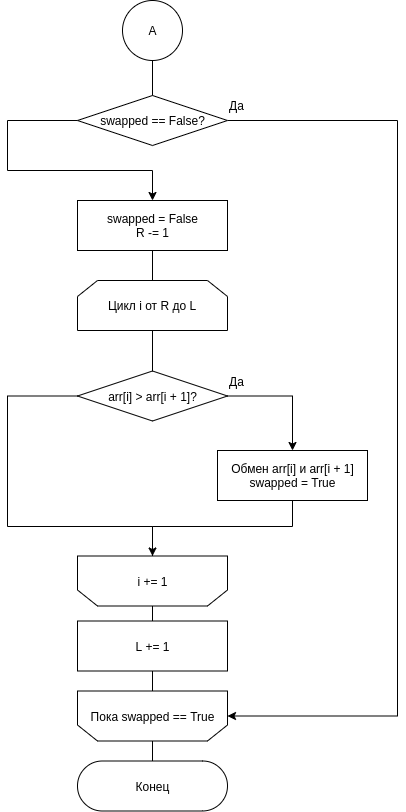
This is lab_03/docs/img/shaker_scheme2.png from amunra2/aa-bmstu-iu7, a draw.io export, as it was before one commit. Source tidied: cells renumbered, new cells last; positions are measured from the earlier drawing's top-left corner, leaving out a move shared by most shapes. Its diagram source:
```xml
<mxGraphModel>
  <root>
    <mxCell id="0" />
    <mxCell id="1" parent="0" />
    <mxCell id="2" style="edgeStyle=orthogonalEdgeStyle;rounded=0;jettySize=auto;html=1;exitX=0.5;exitY=0;exitDx=0;exitDy=0;entryX=0.5;entryY=0.5;entryDx=0;entryDy=-25;entryPerimeter=0;endArrow=none;endFill=0;" parent="1" edge="1" source="3" target="5">
      <mxGeometry relative="1" as="geometry" />
    </mxCell>
    <mxCell id="3" style="shape=loopLimit;whiteSpace=wrap;html=1;rotation=-180;" parent="1" vertex="1">
      <mxGeometry x="70" y="690.5" width="150" height="50" as="geometry" />
    </mxCell>
    <mxCell id="4" value="&lt;span&gt;Пока swapped == True&lt;/span&gt;" style="text;html=1;align=center;verticalAlign=middle;strokeColor=none;" parent="1" vertex="1">
      <mxGeometry x="75" y="705.5" width="140" height="20" as="geometry" />
    </mxCell>
    <mxCell id="5" value="Конец" style="html=1;dashed=0;whitespace=wrap;shape=mxgraph.dfd.start;" parent="1" vertex="1">
      <mxGeometry x="70" y="760.5" width="150" height="50" as="geometry" />
    </mxCell>
    <mxCell id="6" style="edgeStyle=orthogonalEdgeStyle;rounded=0;jettySize=auto;html=1;exitX=0.5;exitY=1;exitDx=0;exitDy=0;entryX=0.5;entryY=0;entryDx=0;entryDy=0;endArrow=none;endFill=0;" parent="1" edge="1" source="7" target="9">
      <mxGeometry relative="1" as="geometry" />
    </mxCell>
    <mxCell id="7" value="swapped = False&lt;br&gt;R -= 1" style="html=1;dashed=0;whitespace=wrap;" parent="1" vertex="1">
      <mxGeometry x="70" y="200" width="150" height="50" as="geometry" />
    </mxCell>
    <mxCell id="8" style="edgeStyle=orthogonalEdgeStyle;rounded=0;jettySize=auto;html=1;exitX=0.5;exitY=1;exitDx=0;exitDy=0;entryX=0.5;entryY=0;entryDx=0;entryDy=0;endArrow=none;endFill=0;" parent="1" edge="1" source="9" target="12">
      <mxGeometry relative="1" as="geometry" />
    </mxCell>
    <mxCell id="9" value="Цикл i от R до L" style="shape=loopLimit;whiteSpace=wrap;html=1;" parent="1" vertex="1">
      <mxGeometry x="70" y="280" width="150" height="50" as="geometry" />
    </mxCell>
    <mxCell id="10" style="edgeStyle=orthogonalEdgeStyle;rounded=0;jettySize=auto;html=1;exitX=1;exitY=0.5;exitDx=0;exitDy=0;entryX=0.5;entryY=0;entryDx=0;entryDy=0;endArrow=classic;endFill=1;" parent="1" edge="1" source="12" target="14">
      <mxGeometry relative="1" as="geometry" />
    </mxCell>
    <mxCell id="11" style="edgeStyle=orthogonalEdgeStyle;rounded=0;jettySize=auto;html=1;exitX=0;exitY=0.5;exitDx=0;exitDy=0;entryX=0.5;entryY=1;entryDx=0;entryDy=0;endArrow=none;endFill=0;" parent="1" edge="1" source="12" target="15">
      <mxGeometry relative="1" as="geometry">
        <Array as="points">
          <mxPoint y="396" />
          <mxPoint y="526" />
          <mxPoint x="145" y="526" />
        </Array>
      </mxGeometry>
    </mxCell>
    <mxCell id="12" value="arr[i] &amp;gt; arr[i + 1]?" style="shape=rhombus;html=1;dashed=0;whitespace=wrap;perimeter=rhombusPerimeter;" parent="1" vertex="1">
      <mxGeometry x="70" y="370.5" width="150" height="50" as="geometry" />
    </mxCell>
    <mxCell id="13" style="edgeStyle=orthogonalEdgeStyle;rounded=0;jettySize=auto;html=1;exitX=0.5;exitY=1;exitDx=0;exitDy=0;entryX=0.5;entryY=1;entryDx=0;entryDy=0;endArrow=classic;endFill=1;" parent="1" edge="1" source="14" target="15">
      <mxGeometry relative="1" as="geometry">
        <Array as="points">
          <mxPoint x="285" y="526" />
          <mxPoint x="145" y="526" />
        </Array>
      </mxGeometry>
    </mxCell>
    <mxCell id="14" value="Обмен arr[i] и arr[i + 1]&lt;br&gt;swapped = True" style="html=1;dashed=0;whitespace=wrap;" parent="1" vertex="1">
      <mxGeometry x="210" y="450" width="150" height="50" as="geometry" />
    </mxCell>
    <mxCell id="15" style="shape=loopLimit;whiteSpace=wrap;html=1;rotation=-180;" parent="1" vertex="1">
      <mxGeometry x="70" y="555.5" width="150" height="50" as="geometry" />
    </mxCell>
    <mxCell id="16" value="i += 1" style="text;html=1;align=center;verticalAlign=middle;strokeColor=none;" parent="1" vertex="1">
      <mxGeometry x="120" y="570.5" width="50" height="20" as="geometry" />
    </mxCell>
    <mxCell id="17" value="Да" style="text;html=1;align=center;verticalAlign=middle;strokeColor=none;" parent="1" vertex="1">
      <mxGeometry x="214" y="370.5" width="30" height="20" as="geometry" />
    </mxCell>
    <mxCell id="18" style="edgeStyle=orthogonalEdgeStyle;rounded=0;jettySize=auto;html=1;exitX=0.5;exitY=1;exitDx=0;exitDy=0;entryX=0.5;entryY=1;entryDx=0;entryDy=0;endArrow=none;endFill=0;" parent="1" edge="1" source="20" target="3">
      <mxGeometry relative="1" as="geometry" />
    </mxCell>
    <mxCell id="19" style="edgeStyle=orthogonalEdgeStyle;rounded=0;jettySize=auto;html=1;exitX=0.5;exitY=0;exitDx=0;exitDy=0;entryX=0.5;entryY=0;entryDx=0;entryDy=0;endArrow=none;endFill=0;" parent="1" edge="1" source="20" target="15">
      <mxGeometry relative="1" as="geometry" />
    </mxCell>
    <mxCell id="20" value="L += 1" style="html=1;dashed=0;whitespace=wrap;" parent="1" vertex="1">
      <mxGeometry x="70" y="620.5" width="150" height="50" as="geometry" />
    </mxCell>
    <mxCell id="21" style="edgeStyle=orthogonalEdgeStyle;rounded=0;jettySize=auto;html=1;exitX=1;exitY=0.5;exitDx=0;exitDy=0;entryX=0;entryY=0.5;entryDx=0;entryDy=0;endArrow=classic;endFill=1;" parent="1" edge="1" source="22" target="3">
      <mxGeometry relative="1" as="geometry">
        <Array as="points">
          <mxPoint x="390" y="120" />
          <mxPoint x="390" y="716" />
        </Array>
      </mxGeometry>
    </mxCell>
    <mxCell id="22" value="swapped == False?" style="shape=rhombus;html=1;dashed=0;whitespace=wrap;perimeter=rhombusPerimeter;" parent="1" vertex="1">
      <mxGeometry x="70" y="95" width="150" height="50" as="geometry" />
    </mxCell>
    <mxCell id="23" value="Да" style="text;html=1;align=center;verticalAlign=middle;strokeColor=none;" parent="1" vertex="1">
      <mxGeometry x="214" y="95" width="30" height="20" as="geometry" />
    </mxCell>
    <mxCell id="24" style="edgeStyle=orthogonalEdgeStyle;rounded=0;jettySize=auto;html=1;exitX=0;exitY=0.5;exitDx=0;exitDy=0;entryX=0.5;entryY=0;entryDx=0;entryDy=0;endArrow=classic;endFill=1;entryPerimeter=0;" parent="1" edge="1" source="22" target="7">
      <mxGeometry relative="1" as="geometry">
        <Array as="points">
          <mxPoint y="120" />
          <mxPoint y="170" />
          <mxPoint x="145" y="170" />
        </Array>
      </mxGeometry>
    </mxCell>
    <mxCell id="25" style="edgeStyle=orthogonalEdgeStyle;rounded=0;jettySize=auto;html=1;exitX=0.5;exitY=1;exitDx=0;exitDy=0;entryX=0.5;entryY=0;entryDx=0;entryDy=0;endArrow=none;endFill=0;" parent="1" edge="1" source="26" target="22">
      <mxGeometry relative="1" as="geometry" />
    </mxCell>
    <mxCell id="26" value="А" style="shape=ellipse;html=1;dashed=0;whitespace=wrap;perimeter=ellipsePerimeter;" parent="1" vertex="1">
      <mxGeometry x="115" width="60" height="60" as="geometry" />
    </mxCell>
  </root>
</mxGraphModel>
```
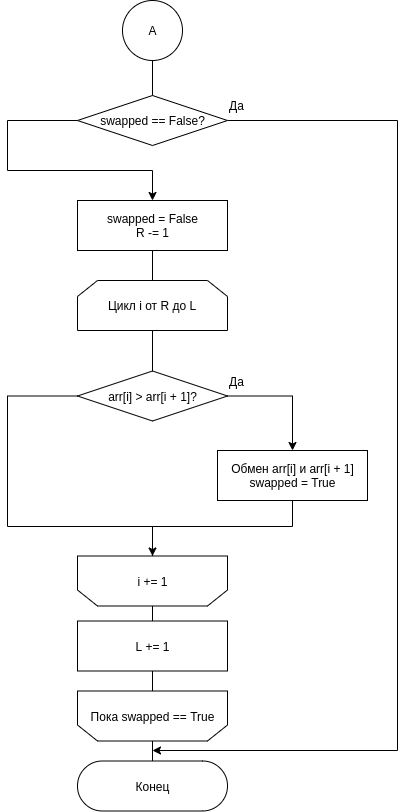
After the commit.

The edit, as a diff of the source:
```diff
@@ -70,11 +70,12 @@
     <mxCell id="20" value="L += 1" style="html=1;dashed=0;whitespace=wrap;" parent="1" vertex="1">
       <mxGeometry x="70" y="620.5" width="150" height="50" as="geometry" />
     </mxCell>
-    <mxCell id="21" style="edgeStyle=orthogonalEdgeStyle;rounded=0;jettySize=auto;html=1;exitX=1;exitY=0.5;exitDx=0;exitDy=0;entryX=0;entryY=0.5;entryDx=0;entryDy=0;endArrow=classic;endFill=1;" parent="1" edge="1" source="22" target="3">
+    <mxCell id="21" style="edgeStyle=orthogonalEdgeStyle;rounded=0;jettySize=auto;html=1;exitX=1;exitY=0.5;exitDx=0;exitDy=0;endArrow=classic;endFill=1;" parent="1" edge="1" source="22">
       <mxGeometry relative="1" as="geometry">
+        <mxPoint x="145" y="750" as="targetPoint" />
         <Array as="points">
           <mxPoint x="390" y="120" />
-          <mxPoint x="390" y="716" />
+          <mxPoint x="390" y="750" />
         </Array>
       </mxGeometry>
     </mxCell>
```
